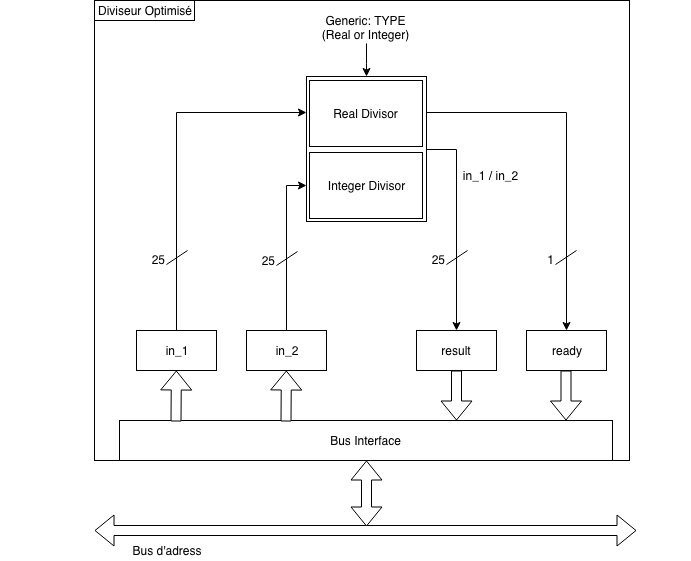
Before: doc/schema_and_logo/optimumDivisor.png, a diagram exported from draw.io (Devdevdavid/ProceXeirb). Source tidied: cells renumbered, new cells last; positions are measured from the earlier drawing's top-left corner, leaving out a move shared by most shapes.
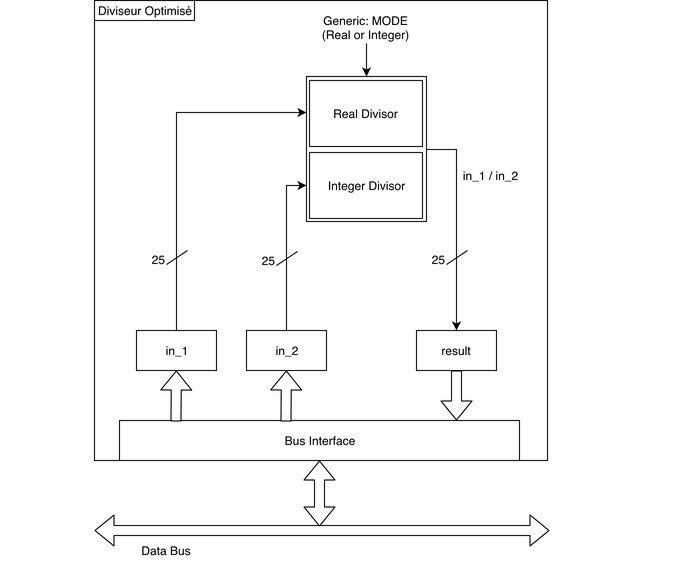
The same diagram one commit later.

Commit message:
Update schematic, Add Report V1.0, Update Makefile for prez

Diff of the diagram source:
```diff
@@ -3,7 +3,7 @@
     <mxCell id="0" />
     <mxCell id="1" parent="0" />
     <mxCell id="2" style="rounded=0;whiteSpace=wrap;html=1;fillColor=none;" parent="1" vertex="1">
-      <mxGeometry x="94" width="535" height="460" as="geometry" />
+      <mxGeometry x="94" width="453" height="460" as="geometry" />
     </mxCell>
     <mxCell id="3" value="Diviseur Optimisé" style="text;html=1;strokeColor=#000000;fillColor=none;align=center;verticalAlign=middle;whiteSpace=wrap;rounded=0;" parent="1" vertex="1">
       <mxGeometry x="94" width="100" height="20" as="geometry" />
@@ -27,11 +27,8 @@
     <mxCell id="8" value="result" style="rounded=0;whiteSpace=wrap;html=1;strokeColor=#000000;" parent="1" vertex="1">
       <mxGeometry x="416" y="330" width="80" height="40" as="geometry" />
     </mxCell>
-    <mxCell id="9" value="ready&lt;br&gt;" style="rounded=0;whiteSpace=wrap;html=1;strokeColor=#000000;" parent="1" vertex="1">
-      <mxGeometry x="526" y="330" width="80" height="40" as="geometry" />
-    </mxCell>
     <mxCell id="10" value="Bus Interface" style="rounded=0;whiteSpace=wrap;html=1;strokeColor=#000000;" parent="1" vertex="1">
-      <mxGeometry x="119" y="420" width="493" height="40" as="geometry" />
+      <mxGeometry x="119" y="420" width="400" height="40" as="geometry" />
     </mxCell>
     <mxCell id="11" style="group;" parent="1" vertex="1">
       <mxGeometry y="530" width="690" height="30" as="geometry" />
@@ -39,15 +36,15 @@
     <mxCell id="12" style="shape=flexArrow;endArrow=classic;startArrow=classic;html=1;fillColor=#ffffff;" parent="11" edge="1">
       <mxGeometry relative="1" as="geometry">
         <mxPoint x="94" as="sourcePoint" />
-        <mxPoint x="636" as="targetPoint" />
+        <mxPoint x="549" as="targetPoint" />
       </mxGeometry>
     </mxCell>
-    <mxCell id="13" value="Bus d'adress" style="text;html=1;strokeColor=none;fillColor=none;align=center;verticalAlign=middle;whiteSpace=wrap;rounded=0;" parent="11" vertex="1">
+    <mxCell id="13" value="Data Bus" style="text;html=1;strokeColor=none;fillColor=none;align=center;verticalAlign=middle;whiteSpace=wrap;rounded=0;" parent="11" vertex="1">
       <mxGeometry x="121" y="10" width="90" height="20" as="geometry" />
     </mxCell>
     <mxCell id="14" style="shape=flexArrow;endArrow=classic;startArrow=classic;html=1;fillColor=#ffffff;entryX=0.5;entryY=1;entryDx=0;entryDy=0;" parent="11" edge="1" target="10">
       <mxGeometry relative="1" as="geometry">
-        <mxPoint x="366" y="-4" as="sourcePoint" />
+        <mxPoint x="319" y="-4" as="sourcePoint" />
       </mxGeometry>
     </mxCell>
     <mxCell id="15" style="shape=flexArrow;endArrow=classic;html=1;fillColor=#ffffff;" parent="1" edge="1" target="5">
@@ -66,12 +63,6 @@
         <mxPoint x="456" y="420" as="targetPoint" />
       </mxGeometry>
     </mxCell>
-    <mxCell id="18" style="shape=flexArrow;endArrow=classic;html=1;fillColor=#ffffff;entryX=0.631;entryY=-0.05;entryDx=0;entryDy=0;entryPerimeter=0;" parent="1" edge="1">
-      <mxGeometry relative="1" as="geometry">
-        <mxPoint x="565.5" y="370" as="sourcePoint" />
-        <mxPoint x="565.5" y="420" as="targetPoint" />
-      </mxGeometry>
-    </mxCell>
     <mxCell id="19" style="edgeStyle=orthogonalEdgeStyle;rounded=0;jettySize=auto;html=1;fillColor=#ffffff;entryX=0.5;entryY=0;entryDx=0;entryDy=0;" parent="1" edge="1" source="21" target="8">
       <mxGeometry relative="1" as="geometry">
         <Array as="points">
@@ -80,9 +71,6 @@
         </Array>
       </mxGeometry>
     </mxCell>
-    <mxCell id="20" style="edgeStyle=orthogonalEdgeStyle;rounded=0;jettySize=auto;html=1;exitX=1;exitY=0.25;exitDx=0;exitDy=0;fillColor=#ffffff;" parent="1" edge="1" source="21" target="9">
-      <mxGeometry relative="1" as="geometry" />
-    </mxCell>
     <mxCell id="21" style="rounded=0;whiteSpace=wrap;html=1;strokeColor=#000000;" parent="1" vertex="1">
       <mxGeometry x="306" y="76" width="120" height="145" as="geometry" />
     </mxCell>
@@ -95,7 +83,7 @@
     <mxCell id="24" style="edgeStyle=orthogonalEdgeStyle;rounded=0;jettySize=auto;html=1;fillColor=#ffffff;entryX=0.5;entryY=0;entryDx=0;entryDy=0;" parent="1" edge="1" source="25" target="21">
       <mxGeometry relative="1" as="geometry" />
     </mxCell>
-    <mxCell id="25" value="Generic: TYPE (Real or Integer)" style="text;html=1;strokeColor=none;fillColor=none;align=center;verticalAlign=middle;whiteSpace=wrap;rounded=0;" parent="1" vertex="1">
+    <mxCell id="25" value="Generic: MODE (Real or Integer)" style="text;html=1;strokeColor=none;fillColor=none;align=center;verticalAlign=middle;whiteSpace=wrap;rounded=0;" parent="1" vertex="1">
       <mxGeometry x="316" y="11" width="99" height="32" as="geometry" />
     </mxCell>
     <mxCell id="26" style="group;" parent="1" vertex="1">
@@ -131,17 +119,6 @@
     <mxCell id="34" value="&lt;div style=&quot;text-align: right&quot;&gt;&lt;span&gt;25&lt;/span&gt;&lt;/div&gt;" style="text;html=1;strokeColor=none;fillColor=none;align=right;verticalAlign=middle;whiteSpace=wrap;rounded=0;" parent="32" vertex="1">
       <mxGeometry width="40" height="20" as="geometry" />
     </mxCell>
-    <mxCell id="35" style="group;" parent="1" vertex="1">
-      <mxGeometry x="515" y="249" width="61" height="20" as="geometry" />
-    </mxCell>
-    <mxCell id="36" style="endArrow=none;html=1;fillColor=#ffffff;exitX=1;exitY=0.75;exitDx=0;exitDy=0;" parent="35" edge="1" source="37">
-      <mxGeometry relative="1" as="geometry">
-        <mxPoint x="61" y="1" as="targetPoint" />
-      </mxGeometry>
-    </mxCell>
-    <mxCell id="37" value="&lt;div style=&quot;text-align: right&quot;&gt;&lt;span&gt;1&lt;/span&gt;&lt;/div&gt;" style="text;html=1;strokeColor=none;fillColor=none;align=right;verticalAlign=middle;whiteSpace=wrap;rounded=0;" parent="35" vertex="1">
-      <mxGeometry width="40" height="20" as="geometry" />
-    </mxCell>
     <mxCell id="38" value="in_1 / in_2" style="text;html=1;strokeColor=none;fillColor=none;align=center;verticalAlign=middle;whiteSpace=wrap;rounded=0;" parent="1" vertex="1">
       <mxGeometry x="456" y="165" width="67" height="20" as="geometry" />
     </mxCell>
```
